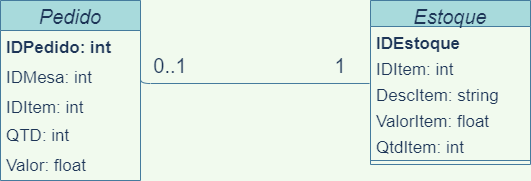
Earlier version of the draw.io export Diagrama de Classe Estoque.drawio.png (hinname/project-Restaurant). Source tidied: cells renumbered, new cells last; positions are measured from the earlier drawing's top-left corner, leaving out a move shared by most shapes.
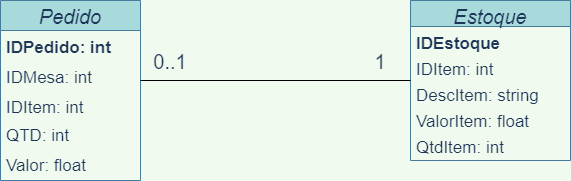
After the commit.

Change to the diagram source:
```diff
@@ -3,7 +3,7 @@
     <mxCell id="0" />
     <mxCell id="1" parent="0" />
     <mxCell id="2" value="Estoque" style="swimlane;fontStyle=2;align=center;verticalAlign=top;horizontal=1;startSize=26;rounded=0;shadow=0;strokeWidth=1;fontSize=20;fillColor=#A8DADC;strokeColor=#457B9D;fontColor=#1D3557;spacingLeft=0;spacingTop=0;spacing=0;" parent="1" vertex="1">
-      <mxGeometry x="370" width="160" height="164" as="geometry" />
+      <mxGeometry x="370" width="160" height="160" as="geometry" />
     </mxCell>
     <mxCell id="3" value="IDEstoque" style="text;align=left;verticalAlign=top;spacingLeft=4;spacingRight=4;overflow=hidden;fontColor=#1D3557;fontSize=17;fontStyle=1;" parent="2" vertex="1">
       <mxGeometry y="26" width="160" height="26" as="geometry" />
@@ -20,11 +20,8 @@
     <mxCell id="7" value="QtdItem: int" style="text;align=left;verticalAlign=top;spacingLeft=4;spacingRight=4;overflow=hidden;rounded=0;shadow=0;html=0;fontColor=#1D3557;fontSize=17;" parent="2" vertex="1">
       <mxGeometry y="130" width="160" height="26" as="geometry" />
     </mxCell>
-    <mxCell id="8" style="line;html=1;strokeWidth=1;align=left;verticalAlign=middle;spacingTop=-1;spacingLeft=3;spacingRight=3;labelPosition=right;labelBackgroundColor=#F1FAEE;fillColor=#A8DADC;strokeColor=#457B9D;fontColor=#1D3557;" parent="2" vertex="1">
-      <mxGeometry y="156" width="160" height="8" as="geometry" />
-    </mxCell>
     <mxCell id="9" value="Pedido" style="swimlane;fontStyle=2;horizontal=1;startSize=30;fontSize=20;fillColor=#A8DADC;strokeColor=#457B9D;fontColor=#1D3557;" parent="1" vertex="1">
-      <mxGeometry width="140" height="180" as="geometry" />
+      <mxGeometry x="-40" width="140" height="180" as="geometry" />
     </mxCell>
     <mxCell id="10" value="IDPedido: int" style="text;strokeColor=none;fillColor=none;align=left;verticalAlign=middle;spacingLeft=4;spacingRight=4;overflow=hidden;fontColor=#1D3557;fontStyle=1;fontSize=17;" parent="9" vertex="1">
       <mxGeometry y="30" width="140" height="30" as="geometry" />
@@ -41,18 +38,14 @@
     <mxCell id="14" value="&lt;font style=&quot;font-size: 17px&quot;&gt;Valor: float&lt;/font&gt;" style="text;html=1;strokeColor=none;fillColor=none;align=left;verticalAlign=middle;whiteSpace=wrap;rounded=0;fontSize=12;spacingLeft=4;fontColor=#1D3557;" parent="9" vertex="1">
       <mxGeometry y="150" width="140" height="30" as="geometry" />
     </mxCell>
-    <mxCell id="15" style="endArrow=none;html=1;rounded=1;sketch=0;fontColor=#1D3557;strokeColor=#457B9D;fillColor=#A8DADC;edgeStyle=orthogonalEdgeStyle;curved=0;exitX=1;exitY=0.5;exitDx=0;exitDy=0;entryX=-0.006;entryY=0.192;entryDx=0;entryDy=0;entryPerimeter=0;" parent="1" edge="1" source="11" target="5">
-      <mxGeometry relative="1" as="geometry">
-        <Array as="points">
-          <mxPoint x="140" y="83" />
-        </Array>
-      </mxGeometry>
-    </mxCell>
     <mxCell id="16" value="&lt;font style=&quot;font-size: 20px&quot;&gt;0..1&lt;/font&gt;" style="text;html=1;strokeColor=none;fillColor=none;align=center;verticalAlign=middle;whiteSpace=wrap;rounded=0;sketch=0;fontColor=#1D3557;" parent="1" vertex="1">
-      <mxGeometry x="140" y="50" width="60" height="30" as="geometry" />
+      <mxGeometry x="100" y="46" width="60" height="30" as="geometry" />
     </mxCell>
     <mxCell id="17" value="&lt;font style=&quot;font-size: 20px&quot;&gt;1&lt;/font&gt;" style="text;html=1;strokeColor=none;fillColor=none;align=center;verticalAlign=middle;whiteSpace=wrap;rounded=0;sketch=0;fontColor=#1D3557;" parent="1" vertex="1">
-      <mxGeometry x="310" y="50" width="60" height="30" as="geometry" />
+      <mxGeometry x="310" y="46" width="60" height="30" as="geometry" />
     </mxCell>
+    <mxCell id="18" style="line;strokeWidth=1;fillColor=none;align=left;verticalAlign=middle;spacingTop=-1;spacingLeft=3;spacingRight=3;labelPosition=right;rounded=0;sketch=0;fontSize=17;fontColor=#1D3557;" parent="1" vertex="1">
+      <mxGeometry x="100" y="76" width="270" height="8" as="geometry" />
+    </mxCell>
   </root>
 </mxGraphModel>
```
